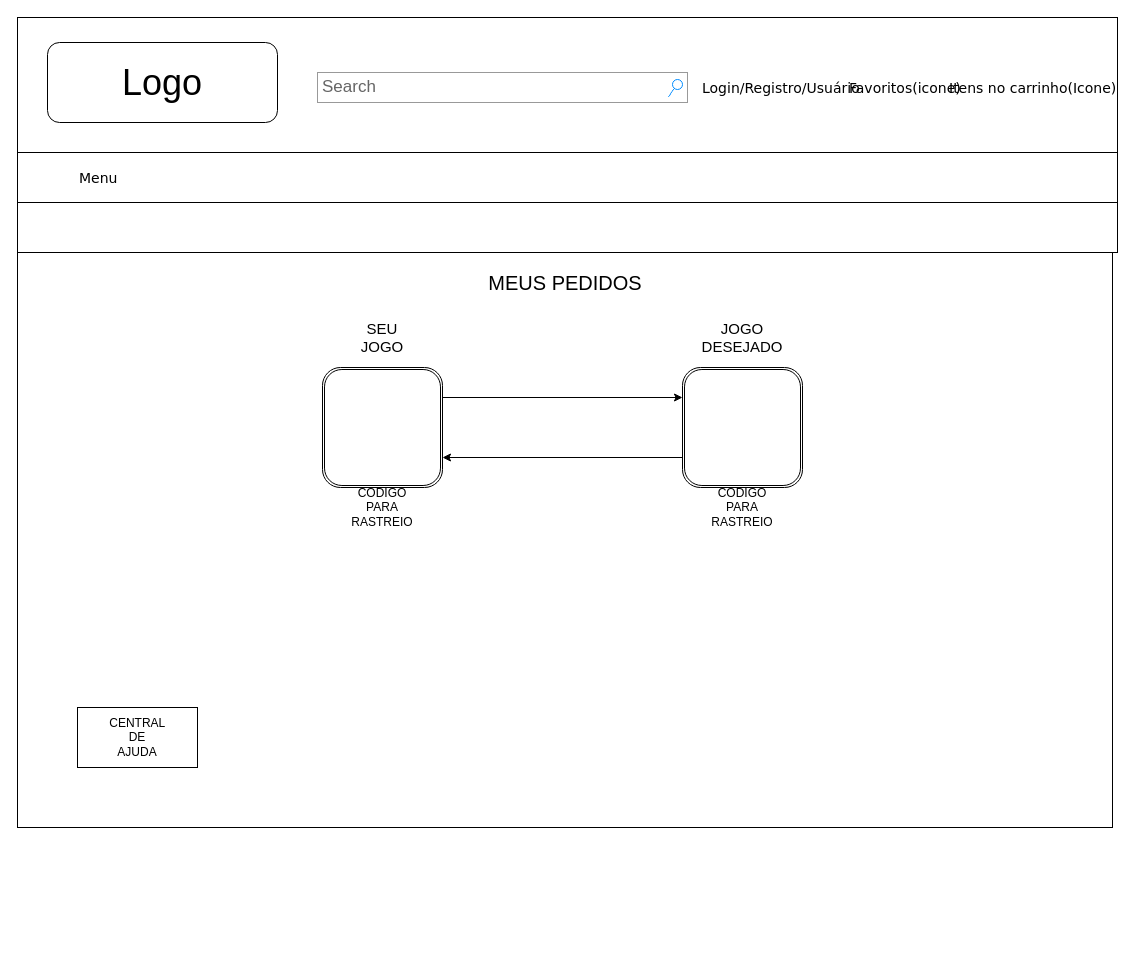
Earlier version of the draw.io diagram page "2.3 Meus Pedidos" (8 of 21) of wireframe.drawio (pdaambrosio/dh_group_5). Source tidied: cells renumbered, new cells numbered last; positions are measured from the earlier drawing's top-left corner, leaving out a move shared by most shapes. Both pictures are drawn from the tidied source at 100%, with x=0, y=0 at pixel (17, 17). Pictures stored in the file or linked from it are replaced by grey dashed boxes.
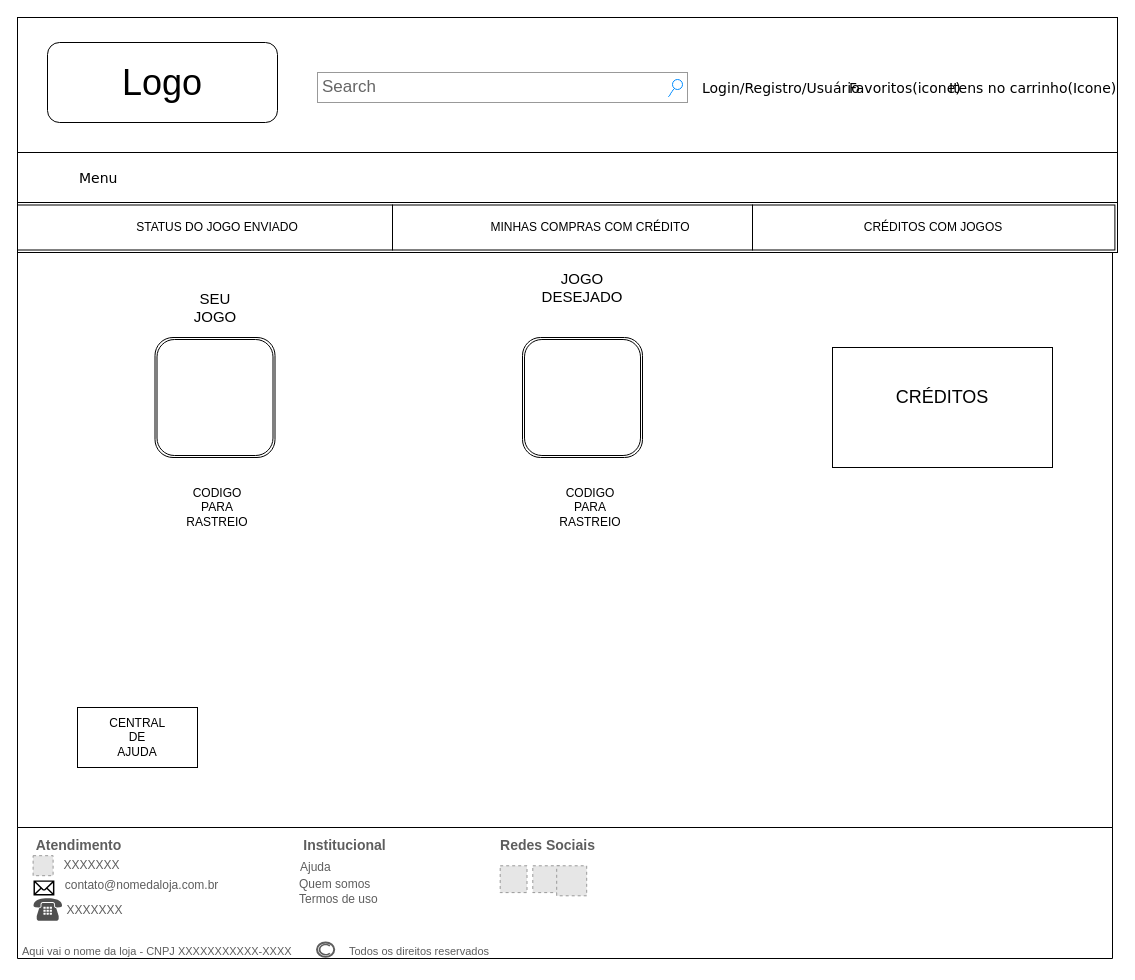
Above is the later version.

Diff of the diagram source:
```diff
@@
-    <mxCell id="12" value="&lt;span style=&quot;font-size: 20px&quot;&gt;MEUS PEDIDOS&lt;/span&gt;" style="text;html=1;strokeColor=none;fillColor=none;align=center;verticalAlign=middle;whiteSpace=wrap;rounded=0;" parent="1" vertex="1">
-      <mxGeometry x="432.5" y="240" width="230" height="50" as="geometry" />
-    </mxCell>
     <mxCell id="13" style="shape=ext;double=1;rounded=1;whiteSpace=wrap;html=1;" parent="1" vertex="1">
-      <mxGeometry x="305" y="350" width="120" height="120" as="geometry" />
+      <mxGeometry x="137.5" y="320" width="120" height="120" as="geometry" />
     </mxCell>
     <mxCell id="14" style="shape=ext;double=1;rounded=1;whiteSpace=wrap;html=1;" parent="1" vertex="1">
-      <mxGeometry x="665" y="350" width="120" height="120" as="geometry" />
+      <mxGeometry x="505" y="320" width="120" height="120" as="geometry" />
     </mxCell>
-    <mxCell id="15" style="endArrow=classic;html=1;exitX=1;exitY=0.25;exitDx=0;exitDy=0;entryX=0;entryY=0.25;entryDx=0;entryDy=0;" parent="1" edge="1" source="13" target="14">
-      <mxGeometry relative="1" as="geometry" />
-    </mxCell>
-    <mxCell id="16" style="endArrow=classic;html=1;entryX=1;entryY=0.75;entryDx=0;entryDy=0;exitX=0;exitY=0.75;exitDx=0;exitDy=0;" parent="1" edge="1" source="14" target="13">
-      <mxGeometry relative="1" as="geometry" />
-    </mxCell>
     <mxCell id="17" value="&lt;font style=&quot;font-size: 15px&quot;&gt;SEU&lt;br&gt;JOGO&lt;br&gt;&lt;/font&gt;" style="text;html=1;strokeColor=none;fillColor=none;align=center;verticalAlign=middle;whiteSpace=wrap;rounded=0;" parent="1" vertex="1">
-      <mxGeometry x="345" y="310" width="40" height="20" as="geometry" />
+      <mxGeometry x="177.5" y="280" width="40" height="20" as="geometry" />
     </mxCell>
     <mxCell id="18" value="&lt;font style=&quot;font-size: 15px&quot;&gt;JOGO&lt;br&gt;DESEJADO&lt;br&gt;&lt;/font&gt;" style="text;html=1;strokeColor=none;fillColor=none;align=center;verticalAlign=middle;whiteSpace=wrap;rounded=0;" parent="1" vertex="1">
-      <mxGeometry x="705" y="310" width="40" height="20" as="geometry" />
+      <mxGeometry x="545" y="260" width="40" height="20" as="geometry" />
     </mxCell>
     <mxCell id="19" value="CODIGO PARA RASTREIO" style="text;html=1;strokeColor=none;fillColor=none;align=center;verticalAlign=middle;whiteSpace=wrap;rounded=0;" parent="1" vertex="1">
-      <mxGeometry x="345" y="480" width="40" height="20" as="geometry" />
+      <mxGeometry x="180" y="480" width="40" height="20" as="geometry" />
     </mxCell>
     <mxCell id="20" value="CODIGO PARA RASTREIO" style="text;html=1;strokeColor=none;fillColor=none;align=center;verticalAlign=middle;whiteSpace=wrap;rounded=0;" parent="1" vertex="1">
-      <mxGeometry x="705" y="480" width="40" height="20" as="geometry" />
+      <mxGeometry x="553" y="480" width="40" height="20" as="geometry" />
     </mxCell>
@@
+    <mxCell id="23" style="verticalLabelPosition=bottom;verticalAlign=top;html=1;shape=mxgraph.basic.rect;fillColor2=none;strokeWidth=1;size=20;indent=5;" parent="1" vertex="1">
+      <mxGeometry y="810" width="1095" height="131" as="geometry" />
+    </mxCell>
+    <mxCell id="24" value="&lt;h1&gt;&lt;font style=&quot;font-weight: normal ; font-size: 12px&quot; color=&quot;#5e5e5e&quot;&gt;Ajuda&lt;/font&gt;&lt;/h1&gt;" style="text;html=1;strokeColor=none;fillColor=none;spacing=5;spacingTop=-20;whiteSpace=wrap;overflow=hidden;rounded=0;" parent="1" vertex="1">
+      <mxGeometry x="278.2" y="825.6" width="62" height="45.3" as="geometry" />
+    </mxCell>
+    <mxCell id="25" value="&lt;h1&gt;&lt;font style=&quot;font-size: 12px ; font-weight: normal&quot; color=&quot;#5e5e5e&quot;&gt;Termos de uso&lt;/font&gt;&lt;/h1&gt;" style="text;html=1;strokeColor=none;fillColor=none;spacing=5;spacingTop=-20;whiteSpace=wrap;overflow=hidden;rounded=0;" parent="1" vertex="1">
+      <mxGeometry x="276.8" y="858.4" width="105.5" height="45.3" as="geometry" />
+    </mxCell>
+    <mxCell id="26" style="verticalLabelPosition=bottom;shadow=0;dashed=0;verticalAlign=top;strokeWidth=2;html=1;shape=mxgraph.mockup.misc.copyrightIcon;strokeColor=#5E5E5E;fontSize=10;" parent="1" vertex="1">
+      <mxGeometry x="299.5" y="924.9" width="17.2" height="14.4" as="geometry" />
+    </mxCell>
+    <mxCell id="27" value="&lt;h1 style=&quot;font-size: 11px;&quot;&gt;&lt;font style=&quot;font-size: 11px; font-weight: normal;&quot; color=&quot;#5e5e5e&quot;&gt;Todos os direitos reservados&amp;nbsp;&lt;/font&gt;&lt;/h1&gt;" style="text;html=1;strokeColor=none;fillColor=none;spacing=5;spacingTop=-20;whiteSpace=wrap;overflow=hidden;rounded=0;strokeWidth=2;fontSize=11;" parent="1" vertex="1">
+      <mxGeometry x="327.4" y="930.9" width="210.5" height="14.1" as="geometry" />
+    </mxCell>
+    <mxCell id="28" value="&lt;h1 style=&quot;font-size: 11px;&quot;&gt;&lt;span style=&quot;font-size: 11px; font-weight: 400;&quot;&gt;&lt;font color=&quot;#5e5e5e&quot; style=&quot;font-size: 11px;&quot;&gt;Aqui vai o nome da loja - CNPJ XXXXXXXXXXX-XXXX&lt;/font&gt;&lt;/span&gt;&lt;/h1&gt;" style="text;html=1;strokeColor=none;fillColor=none;spacing=5;spacingTop=-20;whiteSpace=wrap;overflow=hidden;rounded=0;strokeWidth=2;fontSize=11;" parent="1" vertex="1">
+      <mxGeometry y="930.9" width="348" height="14.1" as="geometry" />
+    </mxCell>
+    <mxCell id="29" value="&lt;font color=&quot;#5e5e5e&quot; style=&quot;font-size: 14px&quot;&gt;&lt;b&gt;Redes Sociais&lt;/b&gt;&lt;/font&gt;" style="text;html=1;align=center;verticalAlign=middle;" parent="1" vertex="1">
+      <mxGeometry x="474.5" y="818.1" width="110" height="20" as="geometry" />
+    </mxCell>
+    <mxCell id="30" style="group;" parent="1" vertex="1">
+      <mxGeometry x="482.7" y="848.3" width="93.4" height="30.2" as="geometry" />
+    </mxCell>
+    <mxCell id="31" style="fillColor=#E6E6E6;strokeColor=#999999;dashed=1;html=1;verticalAlign=top;verticalLabelPosition=bottom;labelBackgroundColor=#ffffff;" parent="30" vertex="1">
+      <mxGeometry width="26.8" height="26.8" as="geometry" />
+    </mxCell>
+    <mxCell id="32" style="fillColor=#E6E6E6;strokeColor=#999999;dashed=1;html=1;verticalAlign=top;verticalLabelPosition=bottom;labelBackgroundColor=#ffffff;" parent="30" vertex="1">
+      <mxGeometry x="32.6" width="26.8" height="26.8" as="geometry" />
+    </mxCell>
+    <mxCell id="33" style="fillColor=#E6E6E6;strokeColor=#999999;dashed=1;html=1;verticalAlign=top;verticalLabelPosition=bottom;labelBackgroundColor=#ffffff;" parent="30" vertex="1">
+      <mxGeometry x="56.5" width="30" height="30" as="geometry" />
+    </mxCell>
+    <mxCell id="34" value="&lt;font color=&quot;#5e5e5e&quot; size=&quot;1&quot;&gt;&lt;b style=&quot;font-size: 14px&quot;&gt;Atendimento&lt;/b&gt;&lt;/font&gt;" style="text;html=1;align=center;verticalAlign=middle;" parent="1" vertex="1">
+      <mxGeometry x="10.5" y="818.1" width="100" height="20" as="geometry" />
+    </mxCell>
+    <mxCell id="35" style="fillColor=#E6E6E6;strokeColor=#999999;dashed=1;html=1;verticalAlign=top;verticalLabelPosition=bottom;labelBackgroundColor=#ffffff;" parent="1" vertex="1">
+      <mxGeometry x="15.6" y="838.2" width="20" height="20" as="geometry" />
+    </mxCell>
+    <mxCell id="36" value="&lt;font color=&quot;#5e5e5e&quot;&gt;XXXXXXX&lt;/font&gt;" style="text;html=1;align=center;verticalAlign=middle;" parent="1" vertex="1">
+      <mxGeometry x="39" y="838.2" width="70" height="20" as="geometry" />
+    </mxCell>
+    <mxCell id="37" style="shape=mxgraph.signs.tech.mail;html=1;fillColor=#000000;strokeColor=none;verticalLabelPosition=bottom;verticalAlign=top;align=center;" parent="1" vertex="1">
+      <mxGeometry x="16" y="862.9" width="20.9" height="15.1" as="geometry" />
+    </mxCell>
+    <mxCell id="38" value="&lt;font color=&quot;#5e5e5e&quot;&gt;contato@nomedaloja.com.br&lt;br&gt;&lt;/font&gt;" style="text;html=1;align=center;verticalAlign=middle;" parent="1" vertex="1">
+      <mxGeometry x="39" y="858.4" width="170" height="20" as="geometry" />
+    </mxCell>
+    <mxCell id="39" value="&lt;font color=&quot;#5e5e5e&quot; size=&quot;1&quot;&gt;&lt;b style=&quot;font-size: 14px&quot;&gt;Institucional&lt;br&gt;&lt;/b&gt;&lt;/font&gt;" style="text;html=1;align=center;verticalAlign=middle;" parent="1" vertex="1">
+      <mxGeometry x="276.8" y="818.1" width="100" height="20" as="geometry" />
+    </mxCell>
+    <mxCell id="40" value="&lt;h1&gt;&lt;font style=&quot;font-size: 12px ; font-weight: normal&quot; color=&quot;#5e5e5e&quot;&gt;Quem somos&lt;/font&gt;&lt;/h1&gt;&lt;div&gt;&lt;font style=&quot;font-size: 12px ; font-weight: normal&quot; color=&quot;#5e5e5e&quot;&gt;&lt;br&gt;&lt;/font&gt;&lt;/div&gt;" style="text;html=1;strokeColor=none;fillColor=none;spacing=5;spacingTop=-20;whiteSpace=wrap;overflow=hidden;rounded=0;" parent="1" vertex="1">
+      <mxGeometry x="276.8" y="842.7" width="105.5" height="42.3" as="geometry" />
+    </mxCell>
+    <mxCell id="41" style="shadow=0;dashed=0;html=1;strokeColor=none;fillColor=#505050;labelPosition=center;verticalLabelPosition=bottom;verticalAlign=top;align=center;shape=mxgraph.office.devices.phone_traditional;fontSize=11;" parent="1" vertex="1">
+      <mxGeometry x="16" y="880.5" width="28.5" height="22.7" as="geometry" />
+    </mxCell>
+    <mxCell id="42" value="&lt;font color=&quot;#5e5e5e&quot;&gt;XXXXXXX&lt;/font&gt;" style="text;html=1;align=center;verticalAlign=middle;" parent="1" vertex="1">
+      <mxGeometry x="42.2" y="883" width="70" height="20" as="geometry" />
+    </mxCell>
+    <mxCell id="43" style="rounded=0;whiteSpace=wrap;html=1;" parent="1" vertex="1">
+      <mxGeometry y="187.5" width="375" height="45" as="geometry" />
+    </mxCell>
+    <mxCell id="44" style="rounded=0;whiteSpace=wrap;html=1;" parent="1" vertex="1">
+      <mxGeometry x="375" y="187.5" width="360" height="45" as="geometry" />
+    </mxCell>
+    <mxCell id="45" style="rounded=0;whiteSpace=wrap;html=1;" parent="1" vertex="1">
+      <mxGeometry x="735" y="187.5" width="362.4" height="45" as="geometry" />
+    </mxCell>
+    <mxCell id="46" value="CRÉDITOS COM JOGOS" style="text;html=1;strokeColor=none;fillColor=none;align=center;verticalAlign=middle;whiteSpace=wrap;rounded=0;" parent="1" vertex="1">
+      <mxGeometry x="806.2" y="200" width="220" height="20" as="geometry" />
+    </mxCell>
+    <mxCell id="47" value="MINHAS COMPRAS COM CRÉDITO" style="text;html=1;strokeColor=none;fillColor=none;align=center;verticalAlign=middle;whiteSpace=wrap;rounded=0;" parent="1" vertex="1">
+      <mxGeometry x="463" y="200" width="220" height="20" as="geometry" />
+    </mxCell>
+    <mxCell id="48" value="STATUS DO JOGO ENVIADO" style="text;html=1;strokeColor=none;fillColor=none;align=center;verticalAlign=middle;whiteSpace=wrap;rounded=0;" parent="1" vertex="1">
+      <mxGeometry x="90" y="200" width="220" height="20" as="geometry" />
+    </mxCell>
+    <mxCell id="49" style="rounded=0;whiteSpace=wrap;html=1;" parent="1" vertex="1">
+      <mxGeometry x="815" y="330" width="220" height="120" as="geometry" />
+    </mxCell>
+    <mxCell id="50" value="&lt;span style=&quot;font-size: 18px&quot;&gt;CRÉDITOS&lt;/span&gt;" style="text;html=1;strokeColor=none;fillColor=none;align=center;verticalAlign=middle;whiteSpace=wrap;rounded=0;" parent="1" vertex="1">
+      <mxGeometry x="905" y="370" width="40" height="20" as="geometry" />
+    </mxCell>
```
